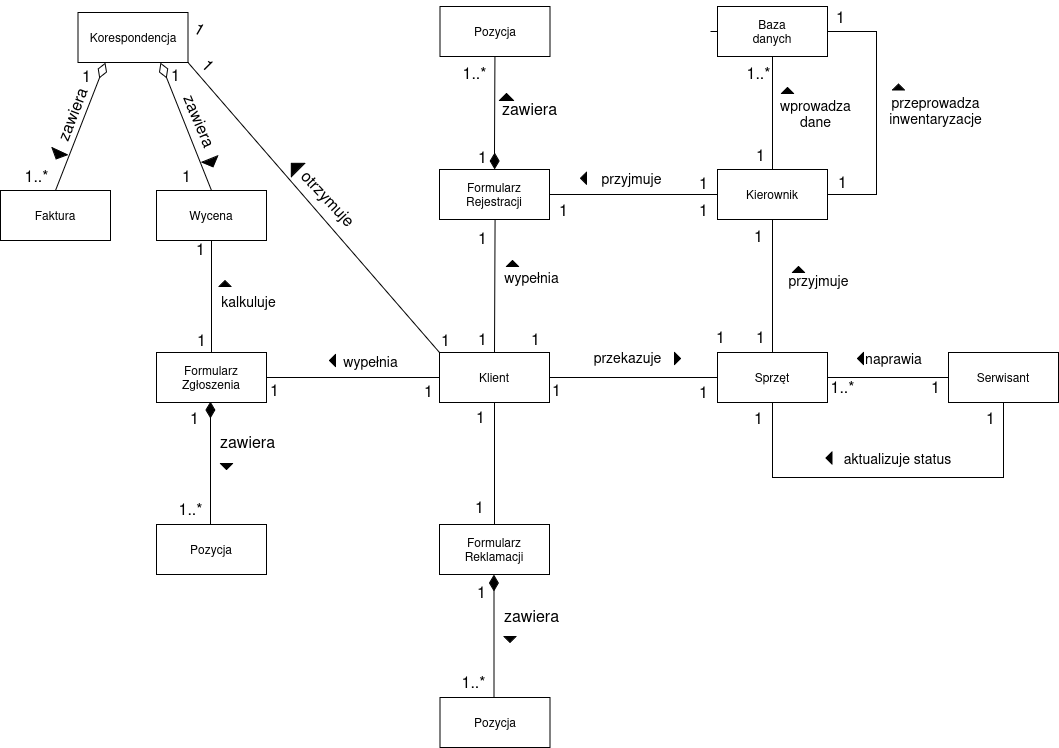
This is diagramKlasKonceptualny.png from krystianczajkowski/ProjektowanieSystemowInformatycznych, a draw.io export, as it was before one commit. Source tidied: cells renumbered, new cells last; positions are measured from the earlier drawing's top-left corner, leaving out a move shared by most shapes.
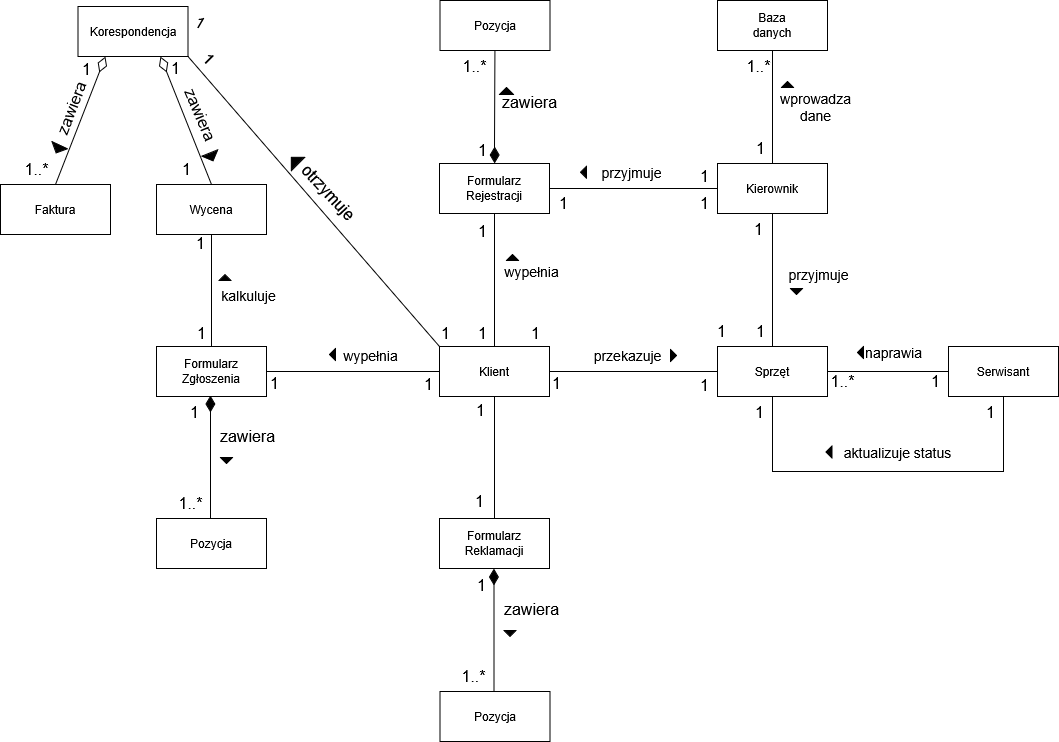
After the change.

Commit message:
aktualizacja diagramów

Diff of the diagram source:
```diff
@@ -2,6 +2,9 @@
   <root>
     <mxCell id="0" />
     <mxCell id="1" parent="0" />
+    <mxCell id="48" value="przyjmuje" style="text;html=1;align=center;verticalAlign=middle;strokeColor=none;fillColor=none;fontSize=14;" parent="1" vertex="1">
+      <mxGeometry x="779" y="265" width="78" height="29" as="geometry" />
+    </mxCell>
     <mxCell id="2" value="&lt;span&gt;1..*&lt;/span&gt;" style="text;html=1;align=center;verticalAlign=middle;strokeColor=none;fillColor=none;fontSize=16;fontStyle=0;" parent="1" vertex="1">
       <mxGeometry x="737" y="56" width="42" height="31" as="geometry" />
     </mxCell>
@@ -15,7 +18,7 @@
       <mxGeometry x="495" y="262" width="72" height="29" as="geometry" />
     </mxCell>
     <mxCell id="6" value="przekazuje" style="text;html=1;align=center;verticalAlign=middle;strokeColor=none;fillColor=none;fontSize=14;" parent="1" vertex="1">
-      <mxGeometry x="584" y="342" width="86" height="29" as="geometry" />
+      <mxGeometry x="584" y="346.5" width="86" height="29" as="geometry" />
     </mxCell>
     <mxCell id="7" value="kalkuluje" style="text;html=1;align=center;verticalAlign=middle;strokeColor=none;fillColor=none;fontSize=14;" parent="1" vertex="1">
       <mxGeometry x="211.5" y="286" width="72" height="29" as="geometry" />
@@ -117,7 +120,7 @@
       <mxGeometry x="717" y="352" width="110" height="50" as="geometry" />
     </mxCell>
     <mxCell id="39" style="triangle;fillColor=strokeColor;direction=east;" parent="1" vertex="1">
-      <mxGeometry x="674" y="352" width="6" height="12" as="geometry" />
+      <mxGeometry x="670" y="355" width="6" height="12" as="geometry" />
     </mxCell>
     <mxCell id="40" value="&lt;span&gt;1&lt;/span&gt;" style="text;html=1;align=center;verticalAlign=middle;strokeColor=none;fillColor=none;fontSize=16;fontStyle=0;" parent="1" vertex="1">
       <mxGeometry x="542" y="373.5" width="27" height="31" as="geometry" />
@@ -128,17 +131,6 @@
     <mxCell id="42" style="edgeStyle=orthogonalEdgeStyle;rounded=0;jettySize=auto;html=1;entryX=0.5;entryY=1;entryDx=0;entryDy=0;endArrow=none;startFill=0;" parent="1" edge="1" source="44" target="57">
       <mxGeometry relative="1" as="geometry" />
     </mxCell>
-    <mxCell id="43" style="edgeStyle=none;rounded=0;orthogonalLoop=1;jettySize=auto;html=1;exitX=1;exitY=0.5;exitDx=0;exitDy=0;entryX=1;entryY=0.5;entryDx=0;entryDy=0;endArrow=none;startFill=0;" parent="1" edge="1">
-      <mxGeometry relative="1" as="geometry">
-        <mxPoint x="710" y="194" as="sourcePoint" />
-        <mxPoint x="710" y="31" as="targetPoint" />
-        <Array as="points">
-          <mxPoint x="876" y="194" />
-          <mxPoint x="876" y="113" />
-          <mxPoint x="876" y="31" />
-        </Array>
-      </mxGeometry>
-    </mxCell>
     <mxCell id="44" value="Kierownik" style="html=1;whiteSpace=wrap;" parent="1" vertex="1">
       <mxGeometry x="717" y="169" width="110" height="50" as="geometry" />
     </mxCell>
@@ -148,12 +140,9 @@
     <mxCell id="46" value="&lt;span&gt;1&lt;/span&gt;" style="text;html=1;align=center;verticalAlign=middle;strokeColor=none;fillColor=none;fontSize=16;fontStyle=0;" parent="1" vertex="1">
       <mxGeometry x="746" y="321" width="27" height="31" as="geometry" />
     </mxCell>
-    <mxCell id="47" style="triangle;fillColor=strokeColor;direction=north;" parent="1" vertex="1">
-      <mxGeometry x="792" y="266" width="12" height="6" as="geometry" />
+    <mxCell id="47" style="triangle;fillColor=strokeColor;direction=south;" parent="1" vertex="1">
+      <mxGeometry x="790" y="294" width="12" height="6" as="geometry" />
     </mxCell>
-    <mxCell id="48" value="przyjmuje" style="text;html=1;align=center;verticalAlign=middle;strokeColor=none;fillColor=none;fontSize=14;" parent="1" vertex="1">
-      <mxGeometry x="779" y="265" width="78" height="29" as="geometry" />
-    </mxCell>
     <mxCell id="49" value="&lt;span&gt;1&lt;/span&gt;" style="text;html=1;align=center;verticalAlign=middle;strokeColor=none;fillColor=none;fontSize=16;fontStyle=0;" parent="1" vertex="1">
       <mxGeometry x="468" y="221" width="27" height="31" as="geometry" />
     </mxCell>
@@ -312,17 +301,5 @@
     <mxCell id="98" value="&lt;span&gt;1&lt;/span&gt;" style="text;html=1;align=center;verticalAlign=middle;strokeColor=none;fillColor=none;fontSize=16;fontStyle=0;rotation=30;" parent="1" vertex="1">
       <mxGeometry x="186.5" y="12" width="27" height="31" as="geometry" />
     </mxCell>
-    <mxCell id="99" style="triangle;fillColor=strokeColor;direction=north;" parent="1" vertex="1">
-      <mxGeometry x="892" y="83.5" width="12" height="6" as="geometry" />
-    </mxCell>
-    <mxCell id="100" value="&lt;div&gt;przeprowadza&lt;/div&gt;&lt;div&gt;inwentaryzacje&lt;/div&gt;" style="text;html=1;align=center;verticalAlign=middle;strokeColor=none;fillColor=none;fontSize=14;" parent="1" vertex="1">
-      <mxGeometry x="879" y="86.5" width="111" height="46" as="geometry" />
-    </mxCell>
-    <mxCell id="101" value="&lt;span&gt;1&lt;/span&gt;" style="text;html=1;align=center;verticalAlign=middle;strokeColor=none;fillColor=none;fontSize=16;fontStyle=0;" parent="1" vertex="1">
-      <mxGeometry x="828.5" y="165" width="27" height="31" as="geometry" />
-    </mxCell>
-    <mxCell id="102" value="&lt;span&gt;1&lt;/span&gt;" style="text;html=1;align=center;verticalAlign=middle;strokeColor=none;fillColor=none;fontSize=16;fontStyle=0;" parent="1" vertex="1">
-      <mxGeometry x="827" width="27" height="31" as="geometry" />
-    </mxCell>
   </root>
 </mxGraphModel>
```
